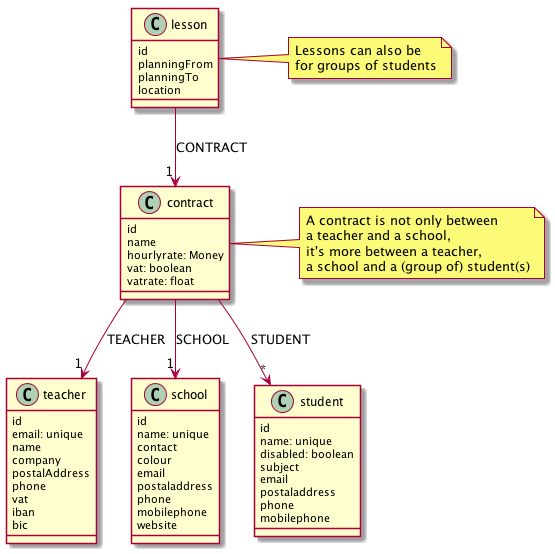
Before: docs/model.2.x.png, a diagram exported from PlantUML (dcoraboeuf/iteach-1.0.x).
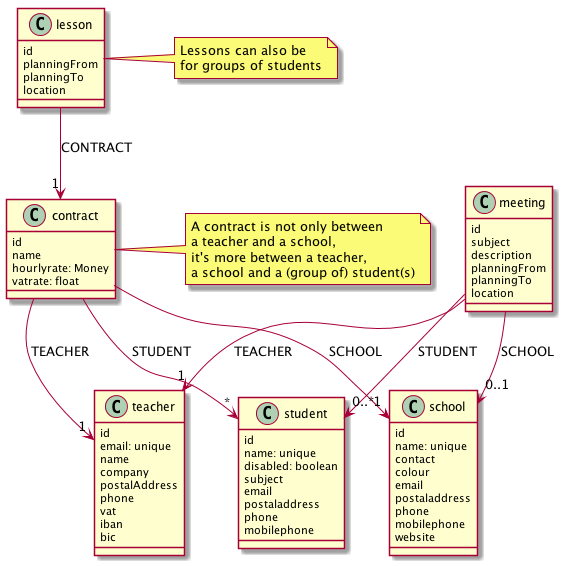
After the change.

Change to the diagram source:
```diff
@@ -28,7 +28,6 @@
     id
     name
     hourlyrate: Money
-    vat: boolean
     vatrate: float
 }
 
@@ -50,11 +49,24 @@
     location
 }
 
+class meeting {
+    id
+    subject
+    description
+    planningFrom
+    planningTo
+    location
+}
+
 contract --> "1" school: SCHOOL
 contract --> "1" teacher: TEACHER
 contract --> "*" student: STUDENT
 
 lesson --> "1" contract: CONTRACT
+
+meeting --> "1" teacher: TEACHER
+meeting --> "0..1" school: SCHOOL
+meeting --> "0..*" student: STUDENT
 
 note right of lesson
     Lessons can also be
```
